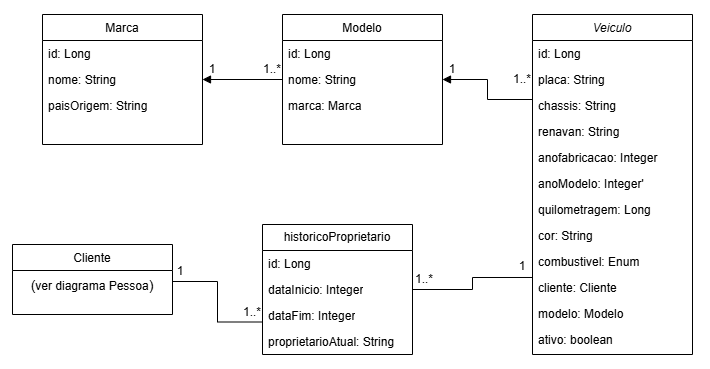
Above: docs/diagramas/Diagrama de veiculo.drawio.png in henriqueValgas/oficina-mecanica-api (draw.io), before the change. Source tidied: cells renumbered, new cells last; positions are measured from the earlier drawing's top-left corner, leaving out a move shared by most shapes.
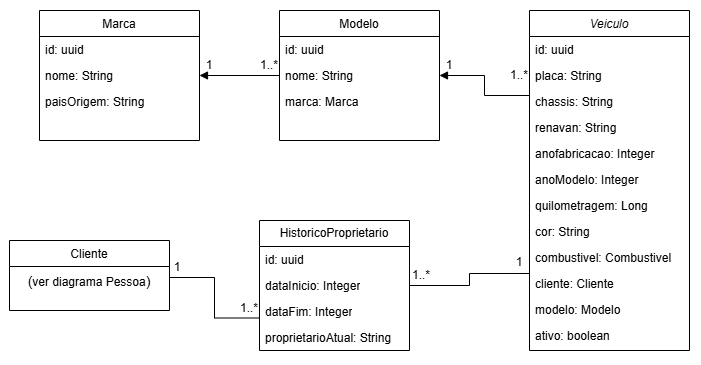
After the change.

Diff of the diagram source:
```diff
@@ -8,7 +8,7 @@
     <mxCell id="3" value="Veiculo" style="swimlane;fontStyle=2;align=center;verticalAlign=top;horizontal=1;startSize=26;rounded=0;shadow=0;strokeWidth=1;" parent="1" vertex="1">
       <mxGeometry x="520" width="160" height="340" as="geometry" />
     </mxCell>
-    <mxCell id="4" value="id: Long" style="text;align=left;verticalAlign=top;spacingLeft=4;spacingRight=4;overflow=hidden;" parent="3" vertex="1">
+    <mxCell id="4" value="id: uuid" style="text;align=left;verticalAlign=top;spacingLeft=4;spacingRight=4;overflow=hidden;" parent="3" vertex="1">
       <mxGeometry y="26" width="160" height="26" as="geometry" />
     </mxCell>
     <mxCell id="5" value="placa: String" style="text;align=left;verticalAlign=top;spacingLeft=4;spacingRight=4;overflow=hidden;rounded=0;shadow=0;html=0;" parent="3" vertex="1">
@@ -23,7 +23,7 @@
     <mxCell id="8" value="anofabricacao: Integer" style="text;align=left;verticalAlign=top;spacingLeft=4;spacingRight=4;overflow=hidden;rounded=0;shadow=0;html=0;" parent="3" vertex="1">
       <mxGeometry y="130" width="160" height="26" as="geometry" />
     </mxCell>
-    <mxCell id="9" value="anoModelo: Integer'" style="text;align=left;verticalAlign=top;spacingLeft=4;spacingRight=4;overflow=hidden;rounded=0;shadow=0;html=0;" parent="3" vertex="1">
+    <mxCell id="9" value="anoModelo: Integer" style="text;align=left;verticalAlign=top;spacingLeft=4;spacingRight=4;overflow=hidden;rounded=0;shadow=0;html=0;" parent="3" vertex="1">
       <mxGeometry y="156" width="160" height="26" as="geometry" />
     </mxCell>
     <mxCell id="10" value="quilometragem: Long" style="text;align=left;verticalAlign=top;spacingLeft=4;spacingRight=4;overflow=hidden;rounded=0;shadow=0;html=0;" parent="3" vertex="1">
@@ -32,7 +32,7 @@
     <mxCell id="11" value="cor: String" style="text;align=left;verticalAlign=top;spacingLeft=4;spacingRight=4;overflow=hidden;rounded=0;shadow=0;html=0;" parent="3" vertex="1">
       <mxGeometry y="208" width="160" height="26" as="geometry" />
     </mxCell>
-    <mxCell id="12" value="combustivel: Enum" style="text;align=left;verticalAlign=top;spacingLeft=4;spacingRight=4;overflow=hidden;rounded=0;shadow=0;html=0;" parent="3" vertex="1">
+    <mxCell id="12" value="combustivel: Combustivel" style="text;align=left;verticalAlign=top;spacingLeft=4;spacingRight=4;overflow=hidden;rounded=0;shadow=0;html=0;" parent="3" vertex="1">
       <mxGeometry y="234" width="160" height="26" as="geometry" />
     </mxCell>
     <mxCell id="13" value="cliente: Cliente" style="text;align=left;verticalAlign=top;spacingLeft=4;spacingRight=4;overflow=hidden;points=[[0,0.5],[1,0.5]];portConstraint=eastwest;rounded=0;shadow=0;html=0;" parent="3" vertex="1">
@@ -50,7 +50,7 @@
     <mxCell id="17" value="Modelo" style="swimlane;fontStyle=0;align=center;verticalAlign=top;horizontal=1;startSize=26;rounded=0;shadow=0;strokeWidth=1;" parent="1" vertex="1">
       <mxGeometry x="270" width="160" height="130" as="geometry" />
     </mxCell>
-    <mxCell id="18" value="id: Long" style="text;align=left;verticalAlign=top;spacingLeft=4;spacingRight=4;overflow=hidden;rounded=0;shadow=0;html=0;" parent="17" vertex="1">
+    <mxCell id="18" value="id: uuid" style="text;align=left;verticalAlign=top;spacingLeft=4;spacingRight=4;overflow=hidden;rounded=0;shadow=0;html=0;" parent="17" vertex="1">
       <mxGeometry y="26" width="160" height="26" as="geometry" />
     </mxCell>
     <mxCell id="19" value="nome: String" style="text;align=left;verticalAlign=top;spacingLeft=4;spacingRight=4;overflow=hidden;points=[[0,0.5],[1,0.5]];portConstraint=eastwest;" parent="17" vertex="1">
@@ -62,7 +62,7 @@
     <mxCell id="21" value="Marca" style="swimlane;fontStyle=0;align=center;verticalAlign=top;horizontal=1;startSize=26;rounded=0;shadow=0;strokeWidth=1;" parent="1" vertex="1">
       <mxGeometry x="30" width="160" height="130" as="geometry" />
     </mxCell>
-    <mxCell id="22" value="id: Long" style="text;align=left;verticalAlign=top;spacingLeft=4;spacingRight=4;overflow=hidden;" parent="21" vertex="1">
+    <mxCell id="22" value="id: uuid" style="text;align=left;verticalAlign=top;spacingLeft=4;spacingRight=4;overflow=hidden;" parent="21" vertex="1">
       <mxGeometry y="26" width="160" height="26" as="geometry" />
     </mxCell>
     <mxCell id="23" value="nome: String" style="text;align=left;verticalAlign=top;spacingLeft=4;spacingRight=4;overflow=hidden;points=[[0,0.5],[1,0.5]];portConstraint=eastwest;rounded=0;shadow=0;html=0;" parent="21" vertex="1">
@@ -95,10 +95,10 @@
     <mxCell id="32" value="1..*" style="text;html=1;whiteSpace=wrap;strokeColor=none;fillColor=none;align=center;verticalAlign=middle;rounded=0;" parent="1" vertex="1">
       <mxGeometry x="382" y="250" width="60" height="30" as="geometry" />
     </mxCell>
-    <mxCell id="33" value="historicoProprietario" style="swimlane;fontStyle=0;horizontal=1;startSize=26;fillColor=none;whiteSpace=wrap;html=1;" parent="1" vertex="1">
+    <mxCell id="33" value="HistoricoProprietario" style="swimlane;fontStyle=0;horizontal=1;startSize=26;fillColor=none;whiteSpace=wrap;html=1;" parent="1" vertex="1">
       <mxGeometry x="250" y="210" width="150" height="130" as="geometry" />
     </mxCell>
-    <mxCell id="34" value="id: Long" style="text;strokeColor=none;fillColor=none;align=left;verticalAlign=top;spacingLeft=4;spacingRight=4;overflow=hidden;whiteSpace=wrap;html=1;" parent="33" vertex="1">
+    <mxCell id="34" value="id: uuid" style="text;strokeColor=none;fillColor=none;align=left;verticalAlign=top;spacingLeft=4;spacingRight=4;overflow=hidden;whiteSpace=wrap;html=1;" parent="33" vertex="1">
       <mxGeometry y="26" width="150" height="26" as="geometry" />
     </mxCell>
     <mxCell id="35" value="dataInicio: Integer" style="text;strokeColor=none;fillColor=none;align=left;verticalAlign=top;spacingLeft=4;spacingRight=4;overflow=hidden;whiteSpace=wrap;html=1;" parent="33" vertex="1">
```
